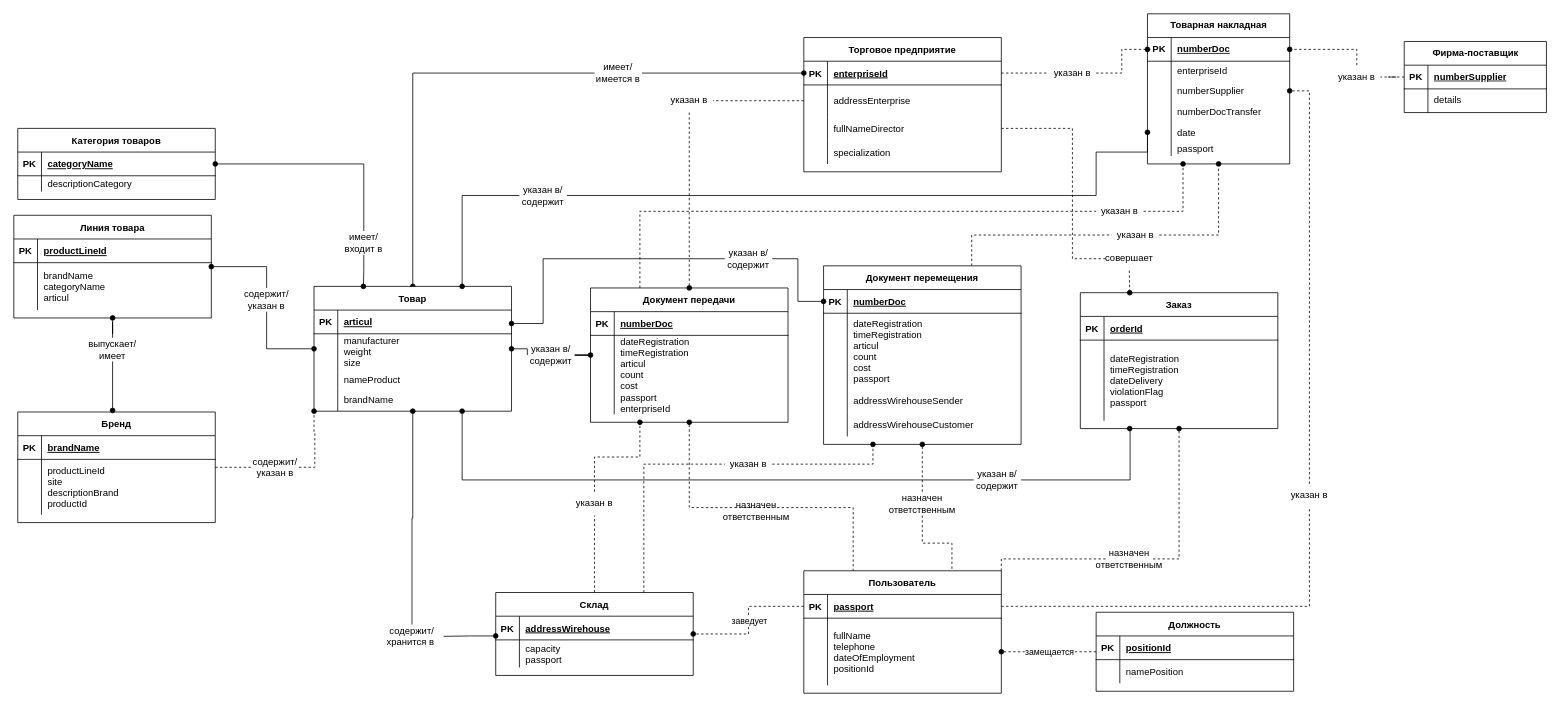
Earlier version of the draw.io diagram lab2/ERdiagramm.drawio (Mikhail-hrest/Databases2026). Source tidied: cells renumbered, new cells numbered last; positions are measured from the earlier drawing's top-left corner, leaving out a move shared by most shapes. Both pictures are drawn from the tidied source at 79%, with x=0, y=0 at pixel (13, 13).
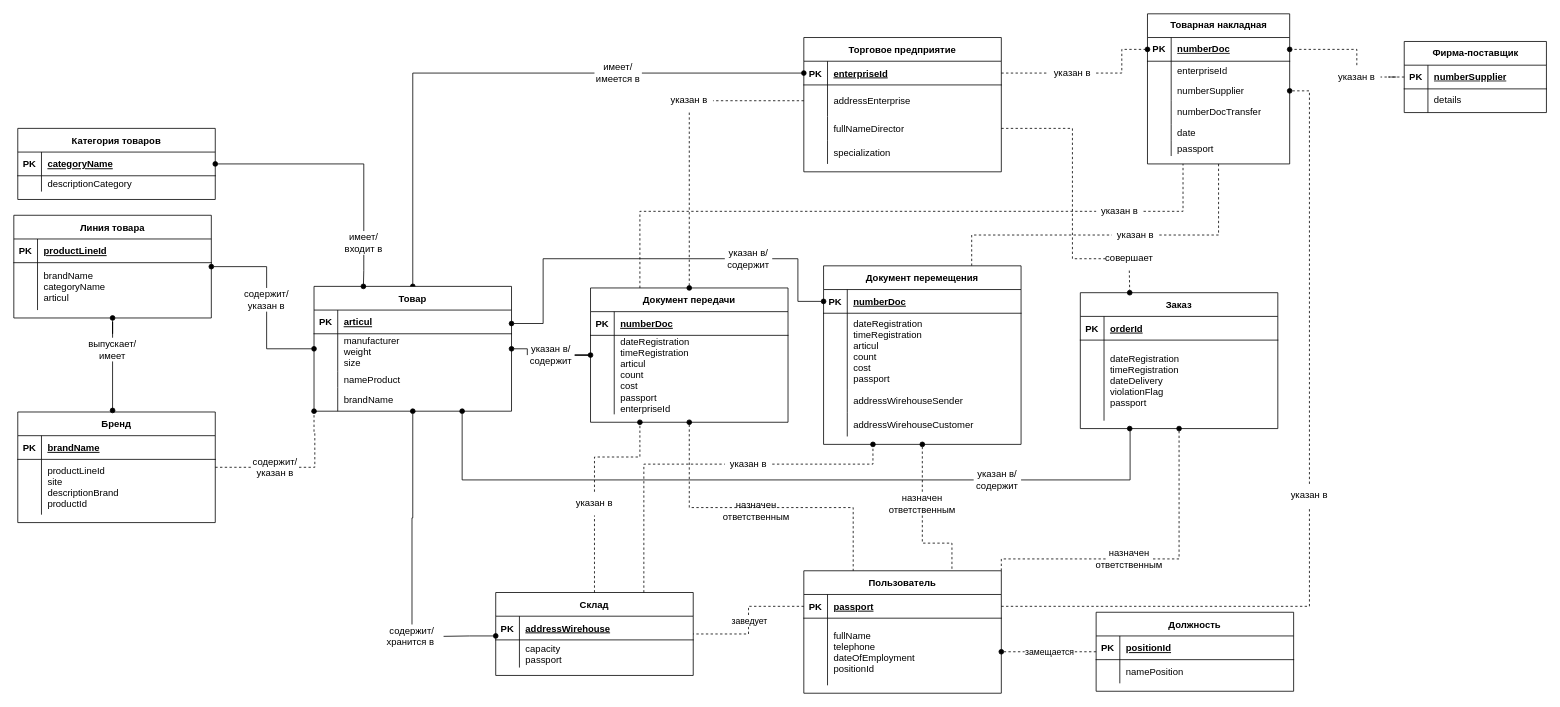
The same page after the edit.

The change refers to these unchanged cells:
```xml
<mxCell id="10" value="Склад" style="shape=table;startSize=30;childLayout=tableLayout;rowLines=0;fontStyle=1;align=center;" parent="1" vertex="1">
  <mxGeometry x="610" y="732.5" width="250" height="105" as="geometry" />
</mxCell>
<mxCell id="18" style="shape=partialRectangle;fillColor=none;points=[[0,0.5],[1,0.5]];portConstraint=eastwest;top=0;left=0;right=0;bottom=1;" parent="17" vertex="1">
  <mxGeometry y="30" width="250" height="30" as="geometry" />
</mxCell>
<mxCell id="41" value="Товар" style="shape=table;startSize=30;childLayout=tableLayout;rowLines=0;fontStyle=1;align=center;" parent="1" vertex="1">
  <mxGeometry x="380" y="345" width="250" height="158" as="geometry" />
</mxCell>
<mxCell id="150" value="Товарная накладная" style="shape=table;startSize=30;childLayout=tableLayout;rowLines=0;fontStyle=1;align=center;html=1;" parent="1" vertex="1">
  <mxGeometry x="1435" width="180" height="190" as="geometry" />
</mxCell>
<mxCell id="163" style="shape=tableRow;horizontal=0;startSize=0;swimlaneHead=0;swimlaneBody=0;fillColor=none;points=[[0,0.5],[1,0.5]];portConstraint=eastwest;top=0;left=0;right=0;bottom=0;" parent="150" vertex="1">
  <mxGeometry y="140" width="180" height="20" as="geometry" />
</mxCell>
<mxCell id="186" value="указан в" style="text;html=1;whiteSpace=wrap;strokeColor=none;fillColor=none;align=center;verticalAlign=middle;rounded=0;" parent="1" vertex="1">
  <mxGeometry x="1390" y="265" width="60" height="30" as="geometry" />
</mxCell>
<mxCell id="188" value="указан в" style="text;html=1;whiteSpace=wrap;strokeColor=none;fillColor=none;align=center;verticalAlign=middle;rounded=0;" parent="1" vertex="1">
  <mxGeometry x="1370" y="235" width="60" height="30" as="geometry" />
</mxCell>
```

What changed in the source:
```diff
@@
-    <mxCell id="115" style="endArrow=oval;html=1;rounded=0;entryX=1;entryY=0.5;entryDx=0;entryDy=0;edgeStyle=orthogonalEdgeStyle;startArrow=none;startFill=0;endFill=1;exitX=0;exitY=0.5;exitDx=0;exitDy=0;dashed=1;" parent="1" edge="1" source="18" target="10">
+    <mxCell id="115" style="endArrow=none;html=1;rounded=0;entryX=1;entryY=0.5;entryDx=0;entryDy=0;edgeStyle=orthogonalEdgeStyle;startArrow=none;startFill=0;endFill=0;exitX=0;exitY=0.5;exitDx=0;exitDy=0;dashed=1;" parent="1" edge="1" source="18" target="10">
       <mxGeometry relative="1" as="geometry" />
     </mxCell>
@@
-    <mxCell id="185" style="edgeStyle=orthogonalEdgeStyle;rounded=0;jettySize=auto;html=1;exitX=1;exitY=0.5;exitDx=0;exitDy=0;endArrow=oval;endFill=1;dashed=1;" parent="1" edge="1" source="186" target="150">
+    <mxCell id="185" style="edgeStyle=orthogonalEdgeStyle;rounded=0;jettySize=auto;html=1;exitX=1;exitY=0.5;exitDx=0;exitDy=0;endArrow=none;endFill=0;dashed=1;" parent="1" edge="1" source="186" target="150">
       <mxGeometry relative="1" as="geometry" />
     </mxCell>
@@
-    <mxCell id="187" style="edgeStyle=orthogonalEdgeStyle;rounded=0;jettySize=auto;html=1;exitX=1;exitY=0.5;exitDx=0;exitDy=0;entryX=0.25;entryY=1;entryDx=0;entryDy=0;endArrow=oval;endFill=1;dashed=1;" parent="1" edge="1" source="188" target="150">
+    <mxCell id="187" style="edgeStyle=orthogonalEdgeStyle;rounded=0;jettySize=auto;html=1;exitX=1;exitY=0.5;exitDx=0;exitDy=0;entryX=0.25;entryY=1;entryDx=0;entryDy=0;endArrow=none;endFill=0;dashed=1;" parent="1" edge="1" source="188" target="150">
       <mxGeometry relative="1" as="geometry" />
     </mxCell>
@@
-    <mxCell id="189" style="edgeStyle=orthogonalEdgeStyle;rounded=0;jettySize=auto;html=1;exitX=0;exitY=0.5;exitDx=0;exitDy=0;entryX=0.75;entryY=0;entryDx=0;entryDy=0;endArrow=oval;endFill=1;" parent="1" edge="1" source="190" target="41">
-      <mxGeometry relative="1" as="geometry" />
-    </mxCell>
-    <mxCell id="190" value="&lt;div&gt;указан в/&lt;/div&gt;&lt;div&gt;содержит&lt;/div&gt;" style="text;html=1;whiteSpace=wrap;strokeColor=none;fillColor=none;align=center;verticalAlign=middle;rounded=0;" parent="1" vertex="1">
-      <mxGeometry x="640" y="215" width="60" height="30" as="geometry" />
-    </mxCell>
-    <mxCell id="191" style="edgeStyle=orthogonalEdgeStyle;rounded=0;jettySize=auto;html=1;entryX=1;entryY=0.5;entryDx=0;entryDy=0;startArrow=oval;startFill=1;endArrow=none;endFill=0;exitX=0;exitY=0.5;exitDx=0;exitDy=0;" parent="1" edge="1" source="163" target="190">
-      <mxGeometry relative="1" as="geometry">
-        <Array as="points">
-          <mxPoint x="1370" y="175" />
-          <mxPoint x="1370" y="230" />
-        </Array>
-      </mxGeometry>
-    </mxCell>
```
